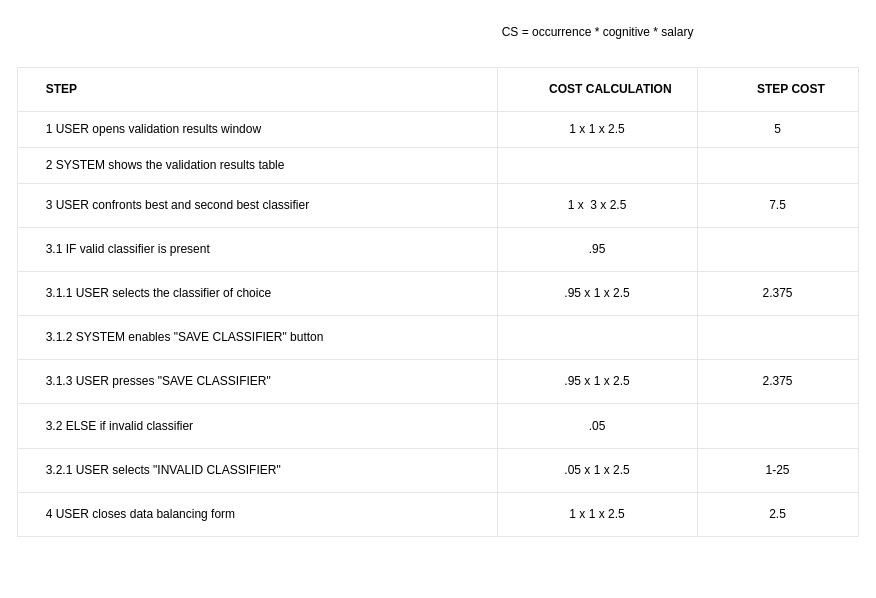
BaffoBello14/AutomaticDamagesRecognition keeps this draw.io diagram as check validation results/table_check validation results.drawio. Above is the earlier version. Source tidied: cells renumbered, new cells numbered last; positions are measured from the earlier drawing's top-left corner, leaving out a move shared by most shapes. Both pictures are drawn from the tidied source at 100%, with x=0, y=0 at pixel (17, 17).
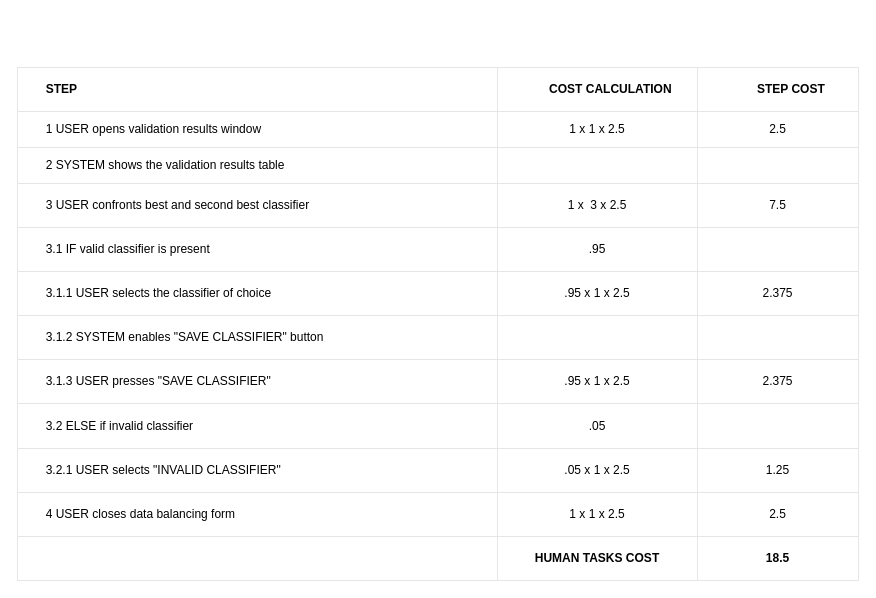
After the change.

The change refers to these unchanged cells:
```xml
<mxCell id="7" style="shape=tableRow;horizontal=0;startSize=0;swimlaneHead=0;swimlaneBody=0;top=0;left=0;bottom=0;right=0;fontStyle=0;fillColor=none;strokeColor=inherit;align=center;" parent="2" vertex="1">
  <mxGeometry y="44" width="841" height="36" as="geometry" />
</mxCell>
<mxCell id="39" style="shape=tableRow;horizontal=0;startSize=0;swimlaneHead=0;swimlaneBody=0;top=0;left=0;bottom=0;right=0;fontStyle=0;fillColor=none;strokeColor=inherit;align=center;" parent="2" vertex="1">
  <mxGeometry y="381" width="841" height="44" as="geometry" />
</mxCell>
```

The edit, as a diff of the source:
```diff
@@
     <mxCell id="2" style="childLayout=tableLayout;shadow=0;strokeColor=#E6E6E6;align=center;" parent="1" vertex="1">
-      <mxGeometry y="50" width="841" height="469" as="geometry" />
+      <mxGeometry y="50" width="841" height="513" as="geometry" />
     </mxCell>
@@
-    <mxCell id="10" value="5" style="strokeColor=inherit;fillColor=none;align=center;whiteSpace=wrap;html=1;" parent="7" vertex="1">
+    <mxCell id="10" value="2.5" style="strokeColor=inherit;fillColor=none;align=center;whiteSpace=wrap;html=1;" parent="7" vertex="1">
       <mxGeometry x="680" width="161" height="36" as="geometry" />
     </mxCell>
@@
-    <mxCell id="42" value="1-25" style="strokeColor=inherit;fillColor=none;align=center;whiteSpace=wrap;html=1;" parent="39" vertex="1">
+    <mxCell id="42" value="1.25" style="strokeColor=inherit;fillColor=none;align=center;whiteSpace=wrap;html=1;" parent="39" vertex="1">
       <mxGeometry x="680" width="161" height="44" as="geometry" />
     </mxCell>
@@
-    <mxCell id="47" value="CS = occurrence * cognitive * salary" style="text;html=1;align=center;verticalAlign=middle;strokeColor=none;fillColor=none;" parent="1" vertex="1">
-      <mxGeometry x="470" width="220" height="30" as="geometry" />
-    </mxCell>
+    <mxCell id="48" style="shape=tableRow;horizontal=0;startSize=0;swimlaneHead=0;swimlaneBody=0;top=0;left=0;bottom=0;right=0;fontStyle=0;fillColor=none;strokeColor=inherit;align=center;" parent="2" vertex="1">
+      <mxGeometry y="469" width="841" height="44" as="geometry" />
+    </mxCell>
+    <mxCell id="49" style="strokeColor=inherit;fillColor=none;align=left;whiteSpace=wrap;html=1;labelPosition=center;verticalLabelPosition=middle;verticalAlign=middle;" parent="48" vertex="1">
+      <mxGeometry width="480" height="44" as="geometry" />
+    </mxCell>
+    <mxCell id="50" value="&lt;b&gt;HUMAN TASKS COST&lt;/b&gt;" style="strokeColor=inherit;fillColor=none;align=center;whiteSpace=wrap;html=1;" parent="48" vertex="1">
+      <mxGeometry x="480" width="200" height="44" as="geometry" />
+    </mxCell>
+    <mxCell id="51" value="&lt;b&gt;18.5&lt;/b&gt;" style="strokeColor=inherit;fillColor=none;align=center;whiteSpace=wrap;html=1;" parent="48" vertex="1">
+      <mxGeometry x="680" width="161" height="44" as="geometry" />
+    </mxCell>
```
